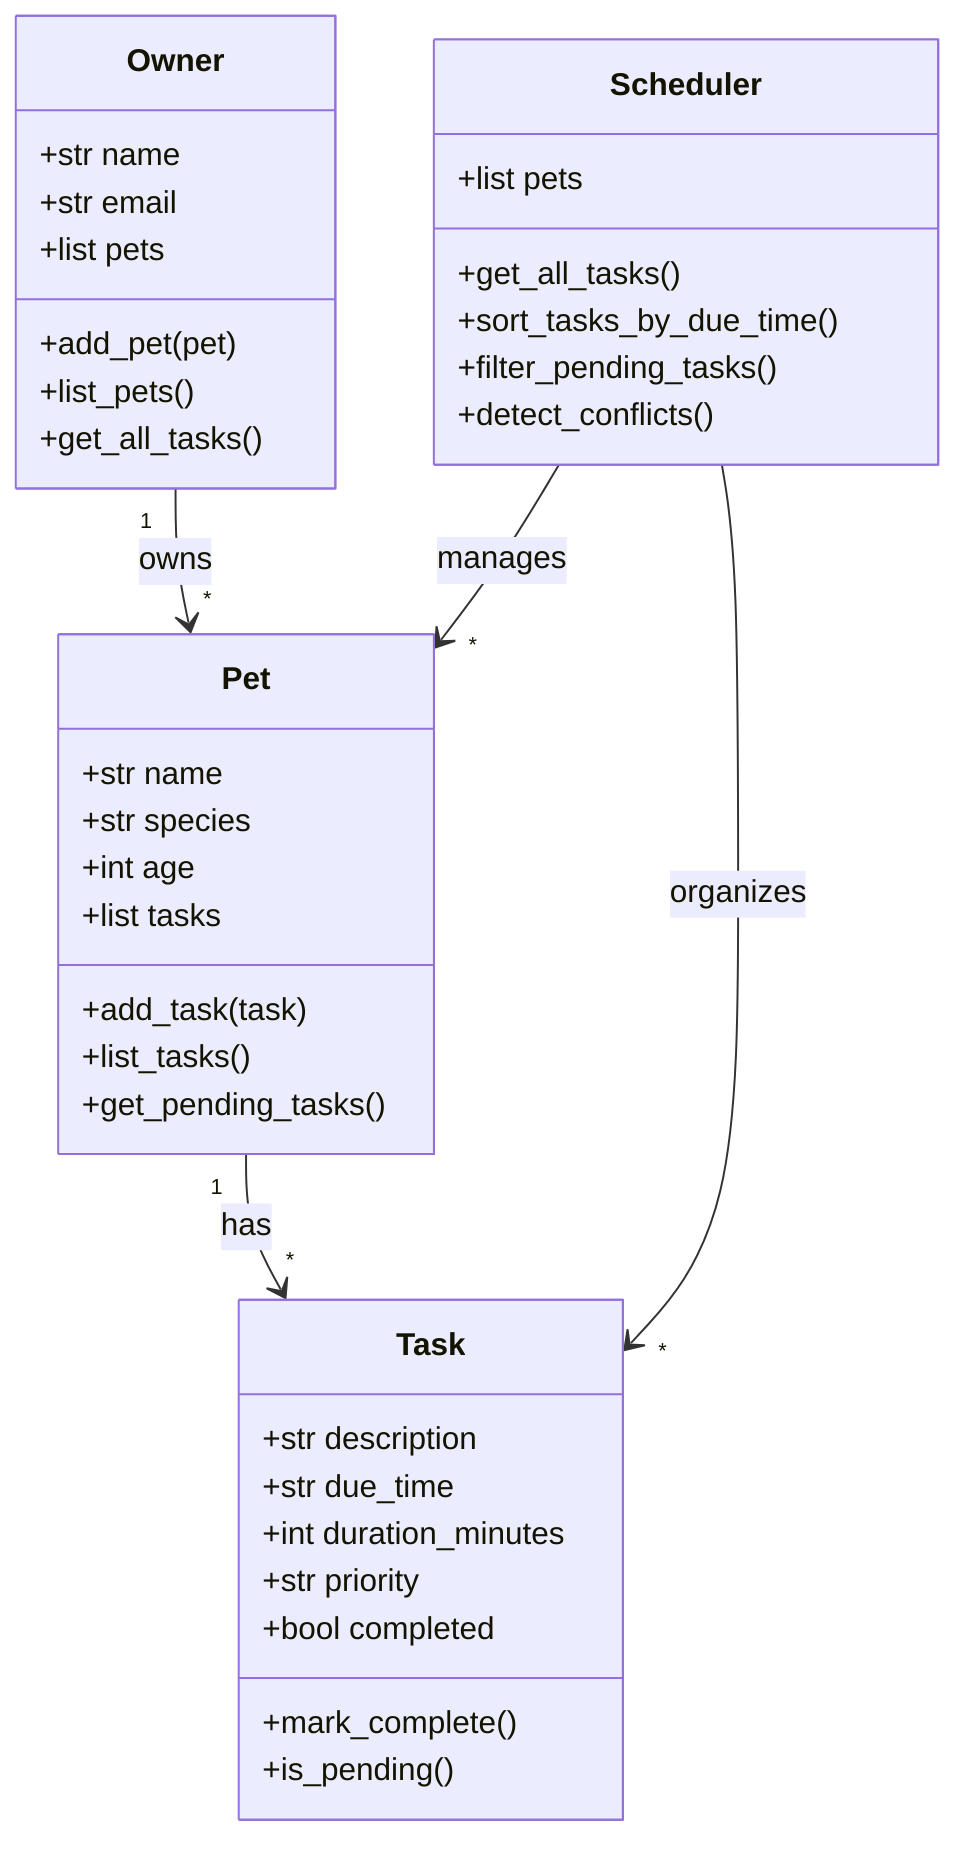
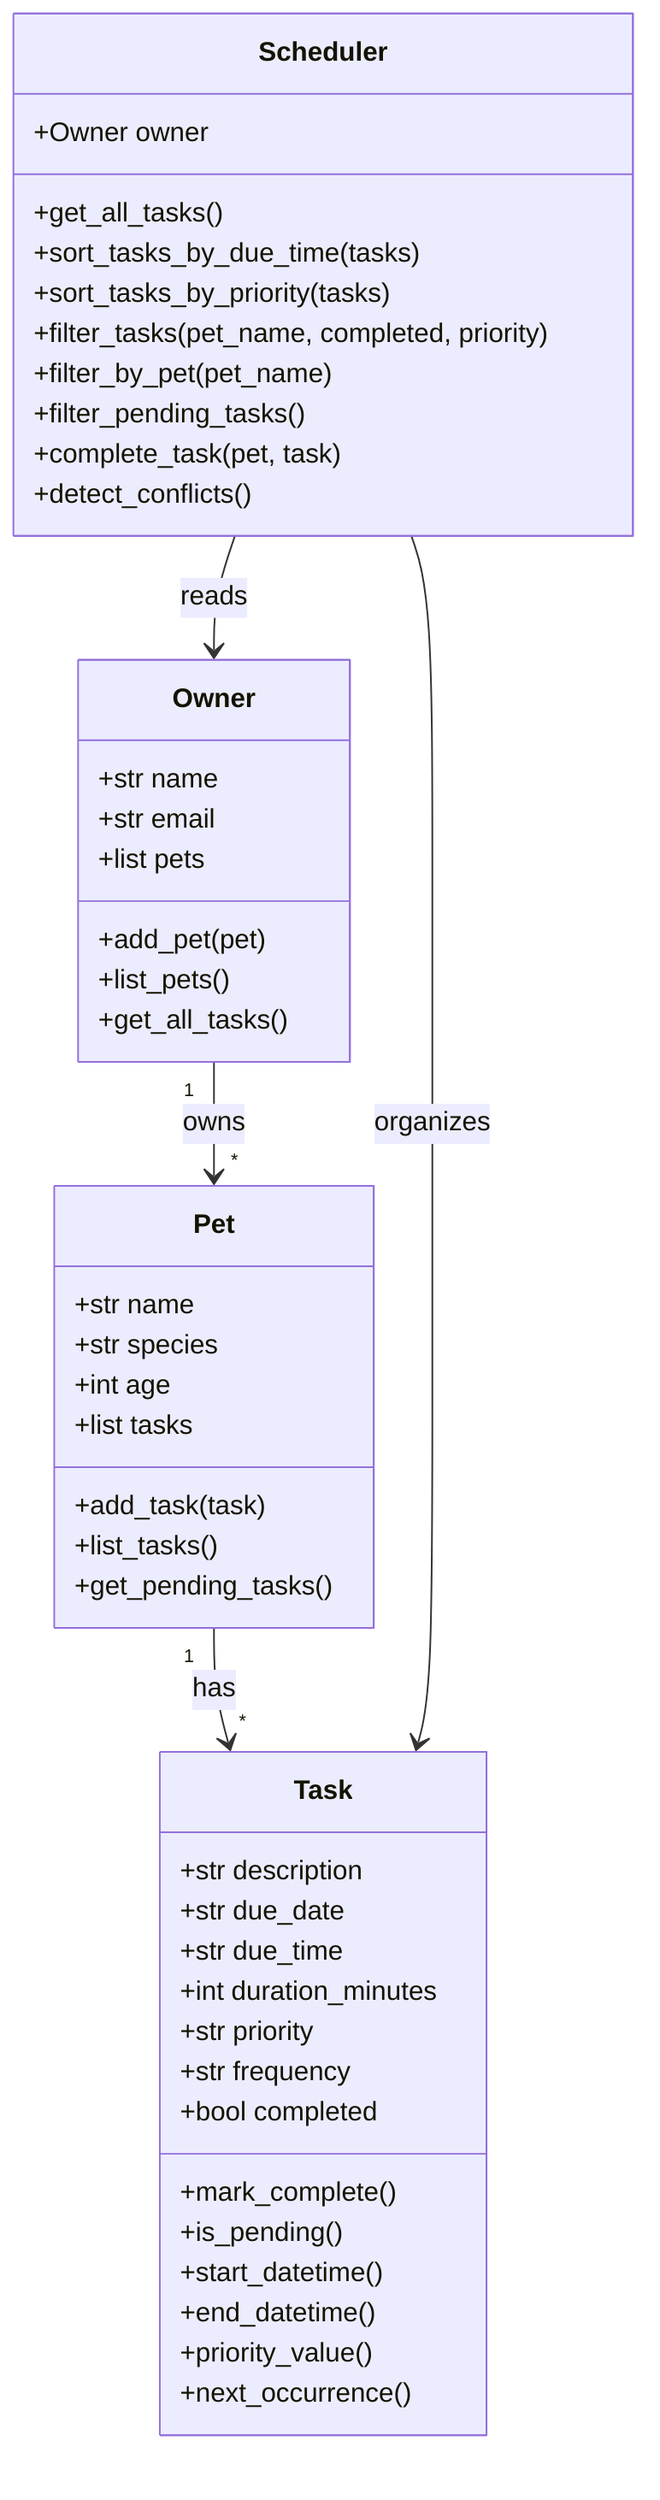
classDiagram
    class Owner {
        +str name
        +str email
        +list pets
        +add_pet(pet)
        +list_pets()
        +get_all_tasks()
    }

    class Pet {
        +str name
        +str species
        +int age
        +list tasks
        +add_task(task)
        +list_tasks()
        +get_pending_tasks()
    }

    class Task {
        +str description
+         +str due_date
        +str due_time
        +int duration_minutes
        +str priority
+         +str frequency
        +bool completed
        +mark_complete()
        +is_pending()
+         +start_datetime()
+         +end_datetime()
+         +priority_value()
+         +next_occurrence()
    }

    class Scheduler {
-         +list pets
+         +Owner owner
        +get_all_tasks()
-         +sort_tasks_by_due_time()
+         +sort_tasks_by_due_time(tasks)
+         +sort_tasks_by_priority(tasks)
+         +filter_tasks(pet_name, completed, priority)
+         +filter_by_pet(pet_name)
        +filter_pending_tasks()
+         +complete_task(pet, task)
        +detect_conflicts()
    }

    Owner "1" --> "*" Pet : owns
    Pet "1" --> "*" Task : has
-     Scheduler --> "*" Pet : manages
-     Scheduler --> "*" Task : organizes
+     Scheduler --> Owner : reads
+     Scheduler --> Task : organizes
